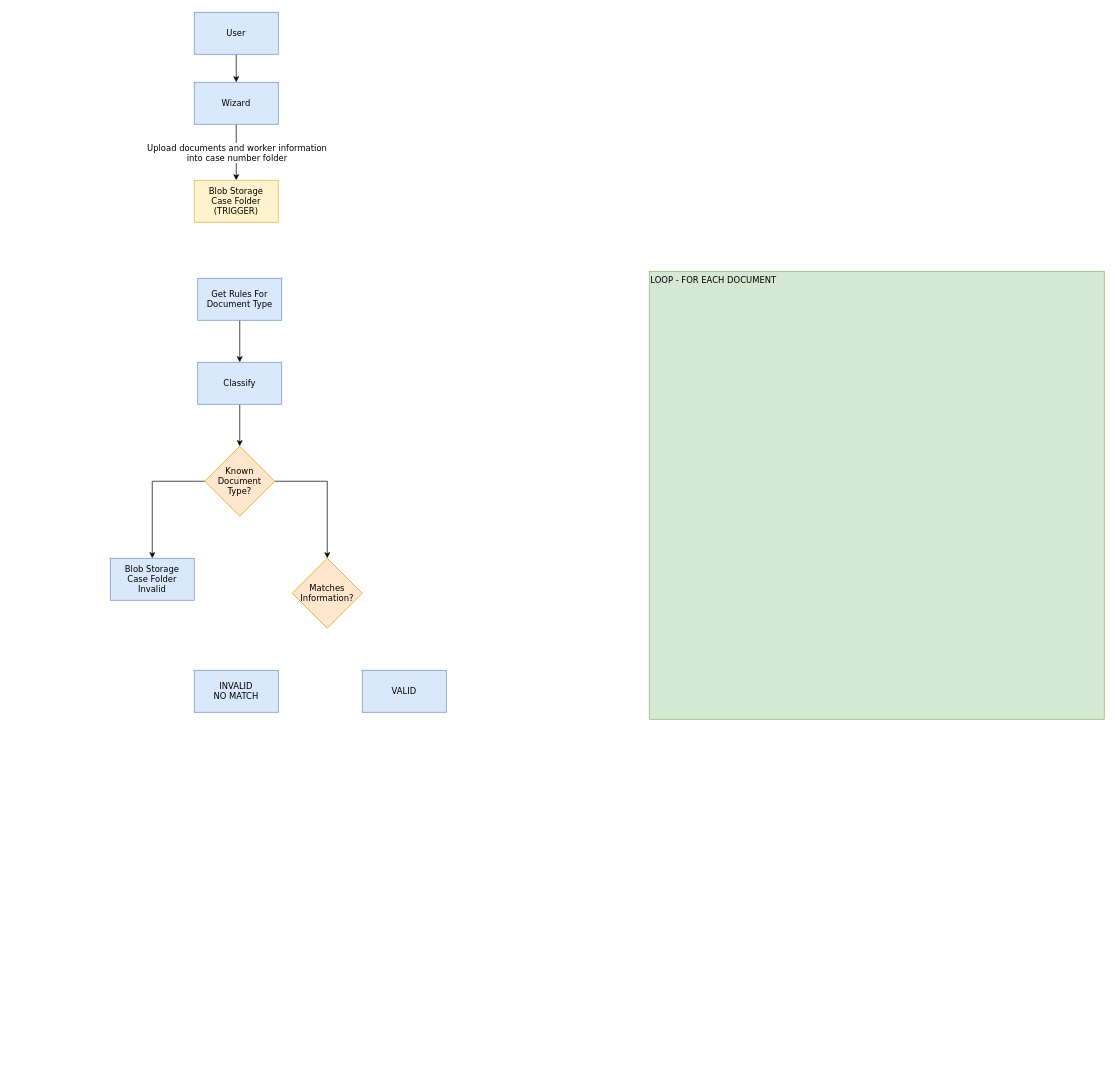
This is page "Wave 9 and 10. Flow Diagram" (13 of 13) of AI.drawio from user11081980/temp, a draw.io file, before an edit. Source tidied: cells renumbered, new cells numbered last; positions are measured from the earlier drawing's top-left corner, leaving out a move shared by most shapes. Both pictures are drawn from the tidied source at 70%, with x=0, y=0 at pixel (110, 12).
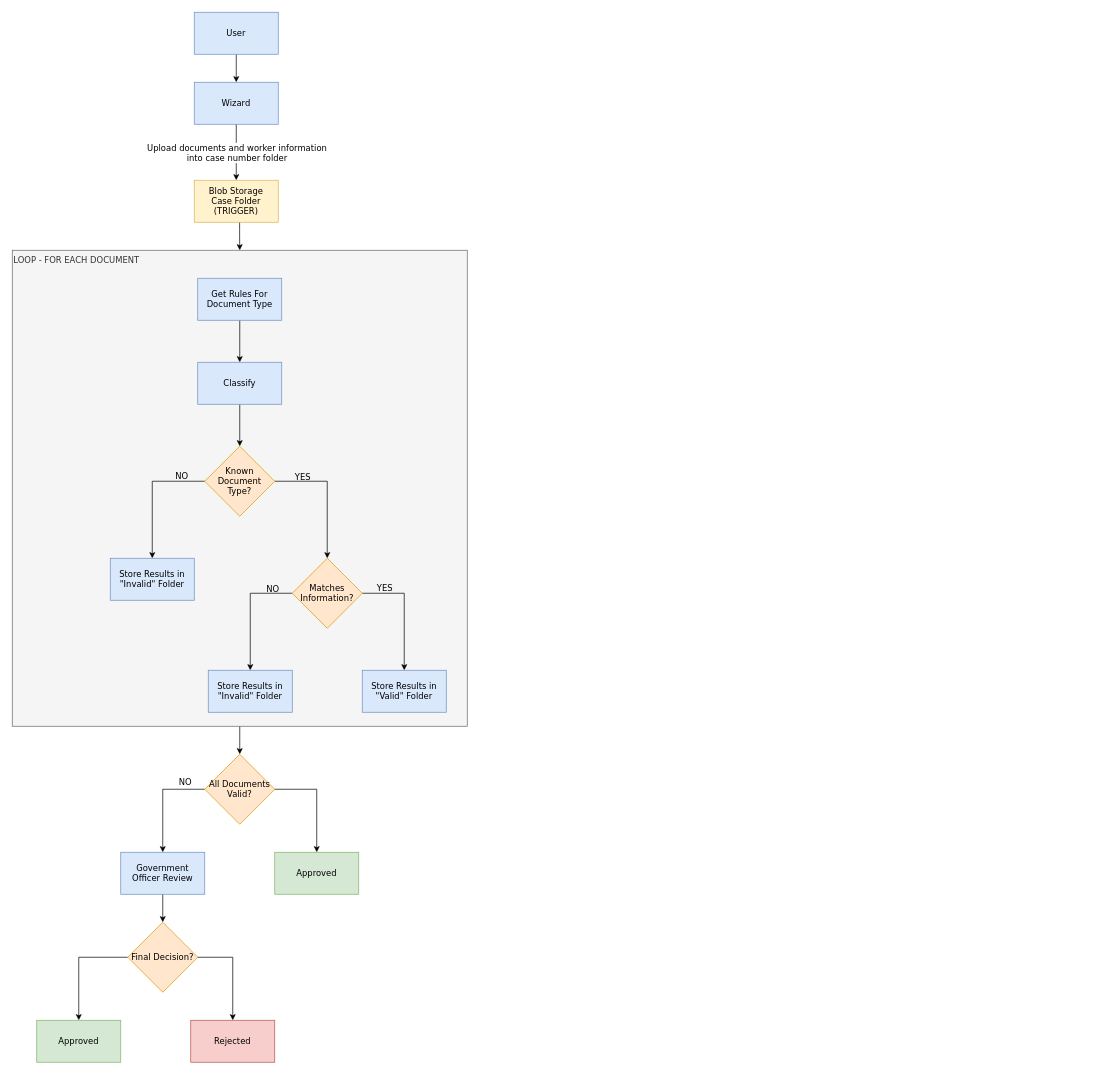
The same page after the edit.

Unchanged cells that the change refers to:
```xml
<mxCell id="16" style="edgeStyle=orthogonalEdgeStyle;html=1;fontFamily=Verdana;rounded=0;curved=0;" parent="1" edge="1" source="18" target="11">
  <mxGeometry relative="1" as="geometry" />
</mxCell>
<mxCell id="17" style="edgeStyle=orthogonalEdgeStyle;html=1;fontFamily=Verdana;rounded=0;curved=0;" parent="1" edge="1" source="18" target="19">
  <mxGeometry relative="1" as="geometry" />
</mxCell>
<mxCell id="19" value="Matches Information?" style="rhombus;whiteSpace=wrap;html=1;fillColor=#ffe6cc;strokeColor=#d79b00;fontFamily=Verdana;fontSize=12;" parent="1" vertex="1">
  <mxGeometry x="260" y="780" width="100" height="100" as="geometry" />
</mxCell>
```

What changed in the source:
```diff
@@
+    <mxCell id="20" style="edgeStyle=orthogonalEdgeStyle;html=1;exitX=0.5;exitY=1;exitDx=0;exitDy=0;entryX=0.5;entryY=0;entryDx=0;entryDy=0;fontFamily=Verdana;" parent="1" edge="1" source="2" target="31">
+      <mxGeometry relative="1" as="geometry" />
+    </mxCell>
-    <mxCell id="2" value="LOOP - FOR EACH DOCUMENT" style="rounded=0;whiteSpace=wrap;html=1;fillColor=#d5e8d4;verticalAlign=top;align=left;strokeColor=#82b366;fontFamily=Verdana;fontSize=12;" parent="1" vertex="1">
-      <mxGeometry x="770" y="370" width="650" height="640" as="geometry" />
+    <mxCell id="2" value="LOOP - FOR EACH DOCUMENT" style="rounded=0;whiteSpace=wrap;html=1;fillColor=#f5f5f5;verticalAlign=top;align=left;strokeColor=#666666;fontFamily=Verdana;fontSize=12;fontColor=#333333;" parent="1" vertex="1">
+      <mxGeometry x="-140" y="340" width="650" height="680" as="geometry" />
     </mxCell>
@@
-    <mxCell id="6" value="Blob Storage&lt;br&gt;Case Folder&lt;br&gt;(TRIGGER)" style="rounded=0;whiteSpace=wrap;html=1;fillColor=#fff2cc;strokeColor=#d6b656;fontFamily=Verdana;fontSize=12;" parent="1" vertex="1">
+    <mxCell id="6" value="&lt;div&gt;&lt;span style=&quot;background-color: transparent; color: light-dark(rgb(0, 0, 0), rgb(255, 255, 255));&quot;&gt;Blob Storage&lt;/span&gt;&lt;/div&gt;Case Folder&lt;br&gt;(TRIGGER)" style="rounded=0;whiteSpace=wrap;html=1;fillColor=#fff2cc;strokeColor=#d6b656;fontFamily=Verdana;fontSize=12;" parent="1" vertex="1">
       <mxGeometry x="120" y="240" width="120" height="60" as="geometry" />
     </mxCell>
@@
-    <mxCell id="11" value="Blob Storage&lt;br&gt;Case Folder&lt;div&gt;Invalid&lt;/div&gt;" style="rounded=0;whiteSpace=wrap;html=1;fillColor=#dae8fc;strokeColor=#6c8ebf;fontFamily=Verdana;fontSize=12;" parent="1" vertex="1">
+    <mxCell id="11" value="Store Results in &quot;Invalid&quot; Folder" style="rounded=0;whiteSpace=wrap;html=1;fillColor=#dae8fc;strokeColor=#6c8ebf;fontFamily=Verdana;fontSize=12;" parent="1" vertex="1">
       <mxGeometry y="780" width="120" height="60" as="geometry" />
     </mxCell>
+    <mxCell id="21" style="edgeStyle=orthogonalEdgeStyle;html=1;fontFamily=Verdana;rounded=0;curved=0;exitX=0;exitY=0.5;exitDx=0;exitDy=0;" parent="1" edge="1" source="19" target="12">
+      <mxGeometry relative="1" as="geometry" />
+    </mxCell>
+    <mxCell id="22" value="NO" style="edgeLabel;html=1;align=center;verticalAlign=bottom;fontFamily=Verdana;labelBackgroundColor=none;fontSize=12;" parent="21" vertex="1">
+      <mxGeometry x="-0.66" y="2" relative="1" as="geometry" />
+    </mxCell>
-    <mxCell id="12" value="INVALID&lt;br&gt;NO MATCH" style="rounded=0;whiteSpace=wrap;html=1;fillColor=#dae8fc;strokeColor=#6c8ebf;fontFamily=Verdana;fontSize=12;" parent="1" vertex="1">
-      <mxGeometry x="120" y="940" width="120" height="60" as="geometry" />
+    <mxCell id="12" value="Store Results in &quot;Invalid&quot; Folder" style="rounded=0;whiteSpace=wrap;html=1;fillColor=#dae8fc;strokeColor=#6c8ebf;fontFamily=Verdana;fontSize=12;" parent="1" vertex="1">
+      <mxGeometry x="140" y="940" width="120" height="60" as="geometry" />
     </mxCell>
+    <mxCell id="23" style="edgeStyle=orthogonalEdgeStyle;html=1;fontFamily=Verdana;rounded=0;curved=0;exitX=1;exitY=0.5;exitDx=0;exitDy=0;" parent="1" edge="1" source="19" target="13">
+      <mxGeometry relative="1" as="geometry" />
+    </mxCell>
+    <mxCell id="24" value="YES" style="edgeLabel;html=1;align=center;verticalAlign=bottom;fontFamily=Verdana;labelBackgroundColor=none;fontSize=12;" parent="23" vertex="1">
+      <mxGeometry x="-0.64" y="-1" relative="1" as="geometry" />
+    </mxCell>
-    <mxCell id="13" value="VALID" style="rounded=0;whiteSpace=wrap;html=1;fillColor=#dae8fc;strokeColor=#6c8ebf;fontFamily=Verdana;fontSize=12;" parent="1" vertex="1">
+    <mxCell id="13" value="Store Results in &quot;Valid&quot; Folder" style="rounded=0;whiteSpace=wrap;html=1;fillColor=#dae8fc;strokeColor=#6c8ebf;fontFamily=Verdana;fontSize=12;" parent="1" vertex="1">
       <mxGeometry x="360" y="940" width="120" height="60" as="geometry" />
     </mxCell>
@@
+    <mxCell id="25" value="NO" style="edgeLabel;html=1;align=center;verticalAlign=bottom;fontFamily=Verdana;labelBackgroundColor=none;fontSize=12;" parent="16" vertex="1">
+      <mxGeometry x="-0.63" y="2" relative="1" as="geometry" />
+    </mxCell>
@@
+    <mxCell id="26" value="YES" style="edgeLabel;html=1;align=center;verticalAlign=bottom;fontFamily=Verdana;labelBackgroundColor=none;fontSize=12;" parent="17" vertex="1">
+      <mxGeometry x="-0.58" y="-3" relative="1" as="geometry" />
+    </mxCell>
@@
+    <mxCell id="27" style="edgeStyle=orthogonalEdgeStyle;html=1;fontFamily=Verdana;rounded=0;curved=0;exitX=0;exitY=0.5;exitDx=0;exitDy=0;" parent="1" edge="1" source="31" target="30">
+      <mxGeometry relative="1" as="geometry" />
+    </mxCell>
+    <mxCell id="28" value="NO" style="edgeLabel;html=1;align=center;verticalAlign=bottom;fontFamily=Verdana;fontSize=12;" parent="27" vertex="1">
+      <mxGeometry x="-0.61" y="-1" relative="1" as="geometry" />
+    </mxCell>
+    <mxCell id="29" style="edgeStyle=orthogonalEdgeStyle;html=1;fontFamily=Verdana;" parent="1" edge="1" source="30" target="33">
+      <mxGeometry relative="1" as="geometry" />
+    </mxCell>
+    <mxCell id="30" value="Government Officer Review" style="rounded=0;whiteSpace=wrap;html=1;fillColor=#dae8fc;strokeColor=#6c8ebf;fontFamily=Verdana;fontSize=12;" parent="1" vertex="1">
+      <mxGeometry x="15" y="1200" width="120" height="60" as="geometry" />
+    </mxCell>
+    <mxCell id="31" value="All Documents Valid?" style="rhombus;whiteSpace=wrap;html=1;fillColor=#ffe6cc;strokeColor=#d79b00;fontFamily=Verdana;fontSize=12;" parent="1" vertex="1">
+      <mxGeometry x="135" y="1060" width="100" height="100" as="geometry" />
+    </mxCell>
+    <mxCell id="32" style="edgeStyle=orthogonalEdgeStyle;html=1;entryX=0.5;entryY=0;entryDx=0;entryDy=0;fontFamily=Verdana;rounded=0;curved=0;" parent="1" edge="1" source="33" target="34">
+      <mxGeometry relative="1" as="geometry" />
+    </mxCell>
+    <mxCell id="33" value="Final Decision?" style="rhombus;whiteSpace=wrap;html=1;fillColor=#ffe6cc;strokeColor=#d79b00;fontFamily=Verdana;fontSize=12;" parent="1" vertex="1">
+      <mxGeometry x="25" y="1300" width="100" height="100" as="geometry" />
+    </mxCell>
+    <mxCell id="34" value="Approved" style="rounded=0;whiteSpace=wrap;html=1;fillColor=#d5e8d4;strokeColor=#82b366;fontFamily=Verdana;fontSize=12;" parent="1" vertex="1">
+      <mxGeometry x="-105" y="1440" width="120" height="60" as="geometry" />
+    </mxCell>
+    <mxCell id="35" style="edgeStyle=orthogonalEdgeStyle;html=1;fontFamily=Verdana;rounded=0;curved=0;exitX=1;exitY=0.5;exitDx=0;exitDy=0;" parent="1" edge="1" source="33" target="36">
+      <mxGeometry relative="1" as="geometry" />
+    </mxCell>
+    <mxCell id="36" value="Rejected" style="rounded=0;whiteSpace=wrap;html=1;fillColor=#f8cecc;strokeColor=#b85450;fontFamily=Verdana;fontSize=12;" parent="1" vertex="1">
+      <mxGeometry x="115" y="1440" width="120" height="60" as="geometry" />
+    </mxCell>
+    <mxCell id="37" style="edgeStyle=orthogonalEdgeStyle;html=1;fontFamily=Verdana;exitX=0.54;exitY=1.009;exitDx=0;exitDy=0;exitPerimeter=0;" parent="1" edge="1" source="6" target="2">
+      <mxGeometry relative="1" as="geometry" />
+    </mxCell>
+    <mxCell id="38" style="edgeStyle=orthogonalEdgeStyle;html=1;fontFamily=Verdana;rounded=0;curved=0;exitX=1;exitY=0.5;exitDx=0;exitDy=0;" parent="1" edge="1" source="31" target="39">
+      <mxGeometry relative="1" as="geometry" />
+    </mxCell>
+    <mxCell id="39" value="Approved" style="rounded=0;whiteSpace=wrap;html=1;fillColor=#d5e8d4;strokeColor=#82b366;fontFamily=Verdana;fontSize=12;" parent="1" vertex="1">
+      <mxGeometry x="235" y="1200" width="120" height="60" as="geometry" />
+    </mxCell>
```
